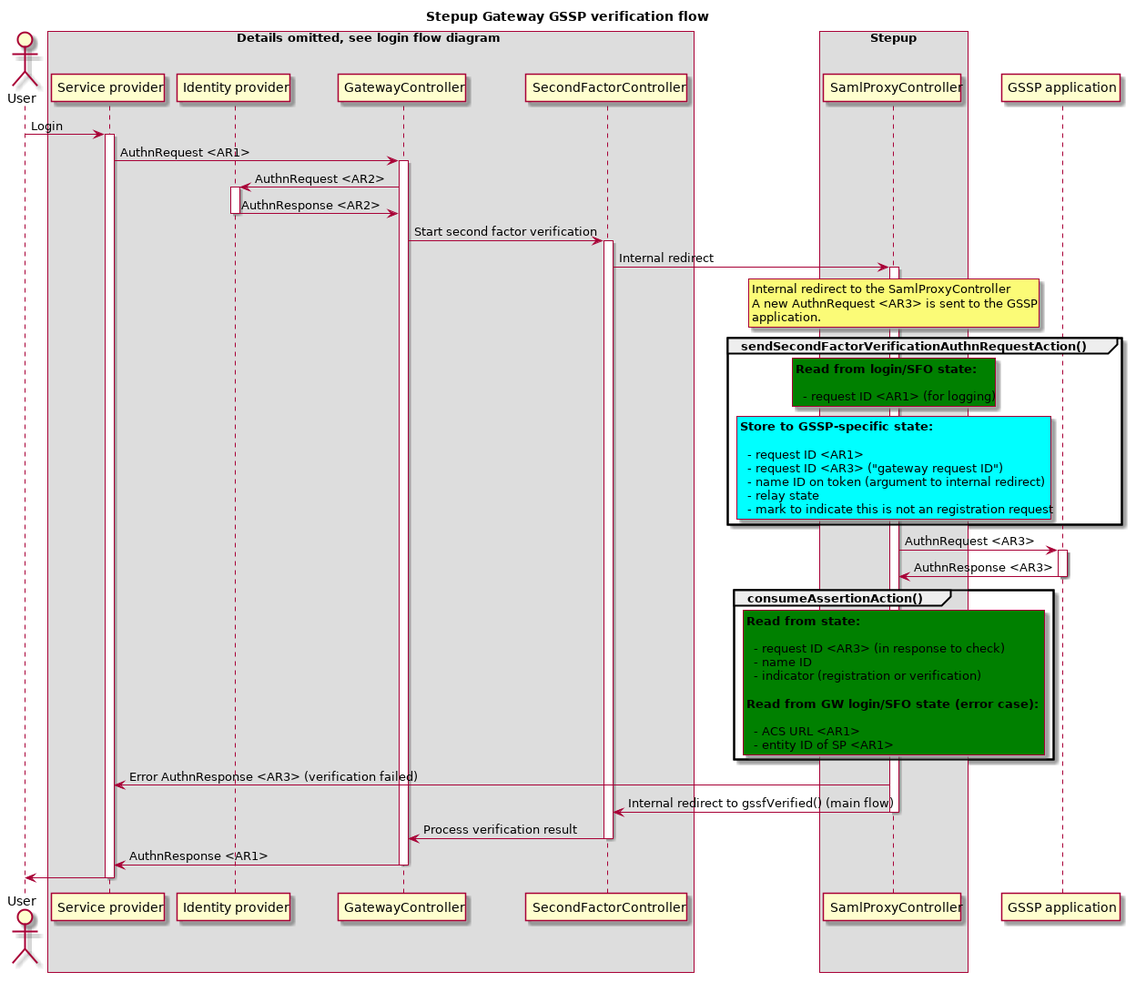
Earlier version of the PlantUML export docs/diagrams/gateway-state-gssp-verification-flow.png (OpenConext/Stepup-Gateway).
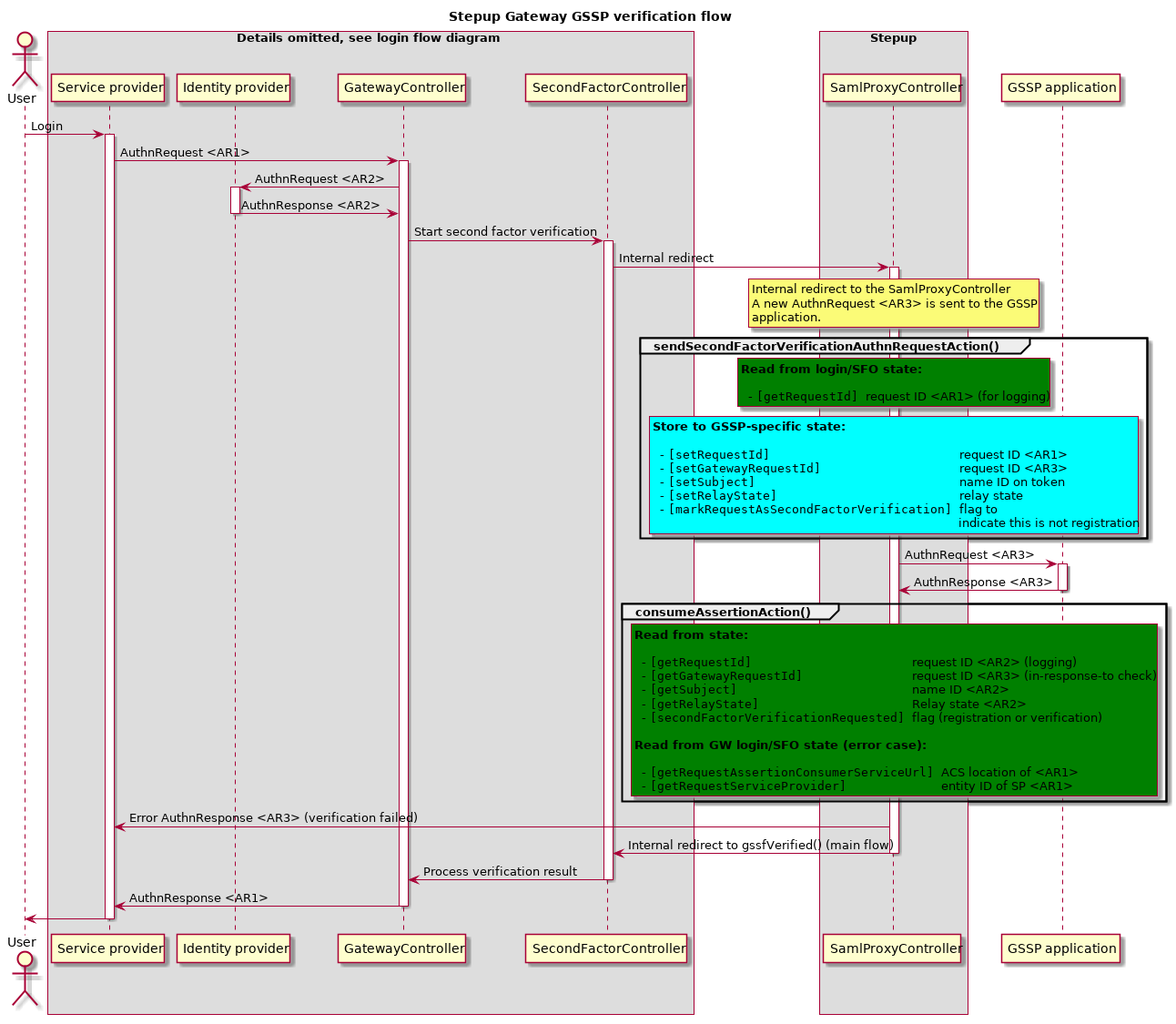
After the commit.

Commit message:
Gateway state documentation update

The edit, as a diff of the source:
```diff
@@ -39,17 +39,18 @@
                     rnote over PROXY #green
                     **Read from login/SFO state:**
 
-                      - request ID <AR1> (for logging)
+                      - ""[getRequestId] ""request ID <AR1> (for logging)
                     end note
 
                     rnote over PROXY #aqua
                     **Store to GSSP-specific state:**
 
-                      - request ID <AR1>
-                      - request ID <AR3> ("gateway request ID")
-                      - name ID on token (argument to internal redirect)
-                      - relay state
-                      - mark to indicate this is not an registration request
+                      - ""[setRequestId]                          ""request ID <AR1>
+                      - ""[setGatewayRequestId]                   ""request ID <AR3>
+                      - ""[setSubject]                            ""name ID on token
+                      - ""[setRelayState]                         ""relay state
+                      - ""[markRequestAsSecondFactorVerification] ""flag to
+                        ""                                        ""indicate this is not registration
                     end note
                 end
 
@@ -63,14 +64,16 @@
                     rnote over PROXY #green
                     **Read from state:**
 
-                      - request ID <AR3> (in response to check)
-                      - name ID
-                      - indicator (registration or verification)
+                      - ""[getRequestId]                      ""request ID <AR2> (logging)
+                      - ""[getGatewayRequestId]               ""request ID <AR3> (in-response-to check)
+                      - ""[getSubject]                        ""name ID <AR2>
+                      - ""[getRelayState]                     ""Relay state <AR2>
+                      - ""[secondFactorVerificationRequested] ""flag (registration or verification)
 
                     **Read from GW login/SFO state (error case):**
 
-                      - ACS URL <AR1>
-                      - entity ID of SP <AR1>
+                      - ""[getRequestAssertionConsumerServiceUrl] ""ACS location of <AR1>
+                      - ""[getRequestServiceProvider]             ""entity ID of SP <AR1>
                     end note
                 end
 
```
